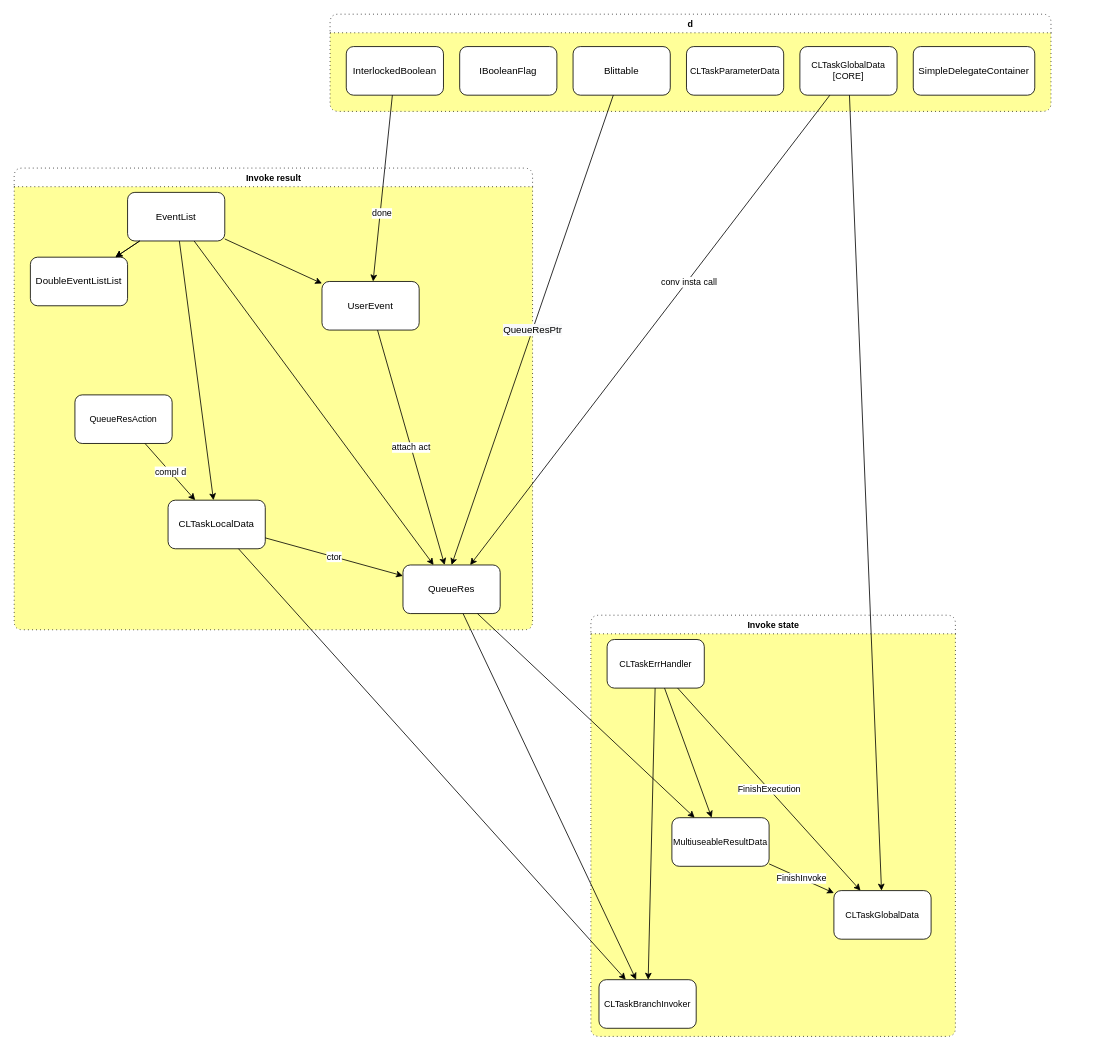
This is Modules/OpenCLABC.Utils.drawio from SunSerega/POCGL, a draw.io file, before an edit. Source tidied: cells renumbered, new cells numbered last; positions are measured from the earlier drawing's top-left corner, leaving out a move shared by most shapes. Both pictures are drawn from the tidied source at 81%, with x=0, y=0 at pixel (14, 14).
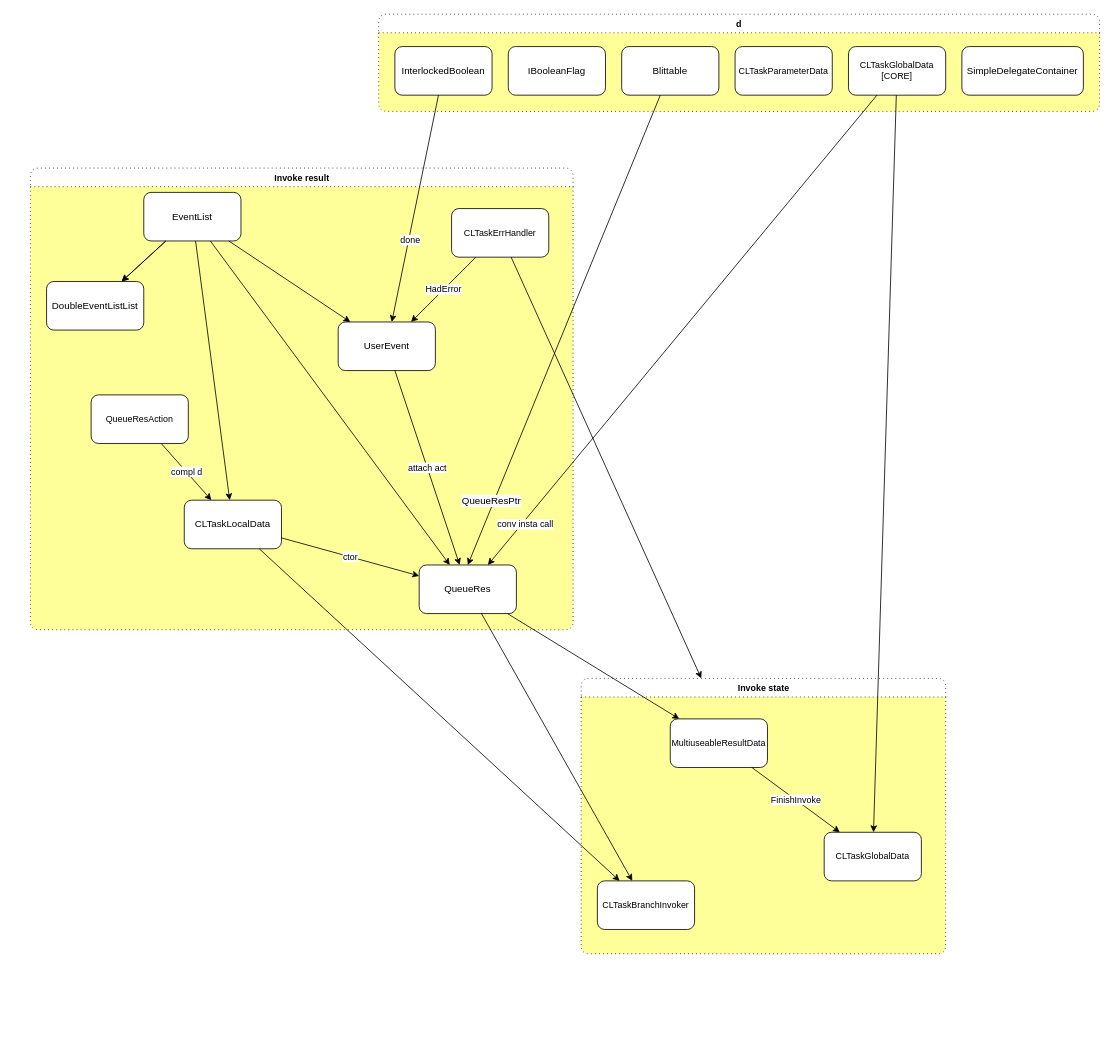
Above is the later version.

Unchanged cells that the change refers to:
```xml
<mxCell id="5" value="Blittable" style="rounded=1;whiteSpace=wrap;html=1;" parent="2" vertex="1">
  <mxGeometry x="300" y="40" width="120" height="60" as="geometry" />
</mxCell>
<mxCell id="29" value="QueueRes" style="rounded=1;whiteSpace=wrap;html=1;" parent="18" vertex="1">
  <mxGeometry x="480" y="490" width="120" height="60" as="geometry" />
</mxCell>
<mxCell id="39" style="edgeStyle=none;shape=connector;rounded=0;jettySize=auto;html=1;labelBackgroundColor=default;fontFamily=Helvetica;fontSize=11;fontColor=default;endArrow=classic;strokeColor=default;" parent="1" edge="1" source="7" target="29">
  <mxGeometry relative="1" as="geometry" />
</mxCell>
```

Change to the diagram source:
```diff
@@
     <mxCell id="2" value="d" style="swimlane;fontFamily=Helvetica;fontSize=11;rounded=1;labelBackgroundColor=none;labelBorderColor=none;swimlaneFillColor=#FFFF99;dashed=1;dashPattern=1 4;" parent="1" vertex="1">
-      <mxGeometry x="390" width="890" height="120" as="geometry" />
+      <mxGeometry x="450" width="890" height="120" as="geometry" />
     </mxCell>
@@
     <mxCell id="9" value="Invoke state" style="swimlane;rounded=1;fontFamily=Helvetica;fontSize=11;fontColor=default;strokeColor=default;fillColor=default;html=1;labelBackgroundColor=none;labelBorderColor=none;swimlaneFillColor=#FFFF99;dashed=1;dashPattern=1 4;" parent="1" vertex="1">
-      <mxGeometry x="712" y="742" width="450" height="520" as="geometry" />
+      <mxGeometry x="700" y="820" width="450" height="340" as="geometry" />
     </mxCell>
     <mxCell id="10" value="CLTaskBranchInvoker" style="rounded=1;whiteSpace=wrap;html=1;fontFamily=Helvetica;fontSize=11;fontColor=default;" parent="9" vertex="1">
-      <mxGeometry x="10" y="450" width="120" height="60" as="geometry" />
+      <mxGeometry x="20" y="250" width="120" height="60" as="geometry" />
     </mxCell>
-    <mxCell id="11" value="CLTaskErrHandler" style="rounded=1;whiteSpace=wrap;html=1;fontFamily=Helvetica;fontSize=11;fontColor=default;" parent="9" vertex="1">
-      <mxGeometry x="20" y="30" width="120" height="60" as="geometry" />
-    </mxCell>
-    <mxCell id="12" style="edgeStyle=none;shape=connector;rounded=0;jettySize=auto;html=1;labelBackgroundColor=default;fontFamily=Helvetica;fontSize=11;fontColor=default;endArrow=classic;strokeColor=default;" parent="9" edge="1" source="11" target="10">
-      <mxGeometry relative="1" as="geometry" />
-    </mxCell>
     <mxCell id="13" value="MultiuseableResultData" style="whiteSpace=wrap;html=1;fontSize=11;rounded=1;" parent="9" vertex="1">
-      <mxGeometry x="100" y="250" width="120" height="60" as="geometry" />
+      <mxGeometry x="110" y="50" width="120" height="60" as="geometry" />
     </mxCell>
-    <mxCell id="14" style="edgeStyle=none;shape=connector;rounded=0;jettySize=auto;html=1;labelBackgroundColor=default;fontFamily=Helvetica;fontSize=11;fontColor=default;endArrow=classic;strokeColor=default;" parent="9" edge="1" source="11" target="13">
-      <mxGeometry relative="1" as="geometry" />
-    </mxCell>
     <mxCell id="15" value="CLTaskGlobalData" style="rounded=1;whiteSpace=wrap;html=1;fontFamily=Helvetica;fontSize=11;fontColor=default;" parent="9" vertex="1">
-      <mxGeometry x="300" y="340" width="120" height="60" as="geometry" />
+      <mxGeometry x="300" y="190" width="120" height="60" as="geometry" />
     </mxCell>
@@
-    <mxCell id="17" value="FinishExecution" style="edgeStyle=none;shape=connector;rounded=0;jettySize=auto;html=1;labelBackgroundColor=default;fontFamily=Helvetica;fontSize=11;fontColor=default;endArrow=classic;strokeColor=default;" parent="9" edge="1" source="11" target="15">
-      <mxGeometry relative="1" as="geometry" />
-    </mxCell>
     <mxCell id="18" value="Invoke result" style="swimlane;rounded=1;fontFamily=Helvetica;fontSize=11;fontColor=default;strokeColor=default;fillColor=default;html=1;labelBackgroundColor=none;labelBorderColor=none;swimlaneFillColor=#FFFF99;dashed=1;dashPattern=1 4;" parent="1" vertex="1">
-      <mxGeometry y="190" width="640" height="570" as="geometry" />
+      <mxGeometry x="20" y="190" width="670" height="570" as="geometry" />
     </mxCell>
@@
     <mxCell id="20" value="DoubleEventListList" style="rounded=1;whiteSpace=wrap;html=1;" parent="18" vertex="1">
-      <mxGeometry x="20" y="110" width="120" height="60" as="geometry" />
+      <mxGeometry x="20" y="140" width="120" height="60" as="geometry" />
     </mxCell>
@@
     <mxCell id="27" value="UserEvent" style="rounded=1;whiteSpace=wrap;html=1;" parent="18" vertex="1">
-      <mxGeometry x="380" y="140" width="120" height="60" as="geometry" />
+      <mxGeometry x="380" y="190" width="120" height="60" as="geometry" />
     </mxCell>
@@
+    <mxCell id="11" value="CLTaskErrHandler" style="rounded=1;whiteSpace=wrap;html=1;fontFamily=Helvetica;fontSize=11;fontColor=default;" parent="18" vertex="1">
+      <mxGeometry x="520" y="50" width="120" height="60" as="geometry" />
+    </mxCell>
+    <mxCell id="14" value="HadError" style="edgeStyle=none;shape=connector;rounded=0;jettySize=auto;html=1;labelBackgroundColor=default;fontFamily=Helvetica;fontSize=11;fontColor=default;endArrow=classic;strokeColor=default;" parent="18" edge="1" source="11" target="27">
+      <mxGeometry relative="1" as="geometry" />
+    </mxCell>
@@
     <mxCell id="37" value="&lt;span style=&quot;font-size: 12px ; background-color: rgb(248 , 249 , 250)&quot;&gt;QueueResPtr&lt;/span&gt;" style="rounded=0;jettySize=auto;html=1;entryX=0.5;entryY=0;entryDx=0;entryDy=0;" parent="1" edge="1" source="5" target="29">
-      <mxGeometry relative="1" as="geometry" />
+      <mxGeometry x="0.73" y="-3" relative="1" as="geometry">
+        <mxPoint y="1" as="offset" />
+      </mxGeometry>
     </mxCell>
@@
     <mxCell id="40" value="conv insta call" style="edgeLabel;html=1;align=center;verticalAlign=middle;fontSize=11;fontFamily=Helvetica;fontColor=default;" parent="39" vertex="1">
-      <mxGeometry x="-0.21" y="2" relative="1" as="geometry" />
+      <mxGeometry x="-0.21" y="2" relative="1" as="geometry">
+        <mxPoint x="-247" y="299" as="offset" />
+      </mxGeometry>
     </mxCell>
+    <mxCell id="41" style="edgeStyle=none;shape=connector;rounded=0;jettySize=auto;html=1;labelBackgroundColor=default;fontFamily=Helvetica;fontSize=11;fontColor=default;endArrow=classic;strokeColor=default;" parent="1" edge="1" source="11" target="9">
+      <mxGeometry relative="1" as="geometry" />
+    </mxCell>
```
